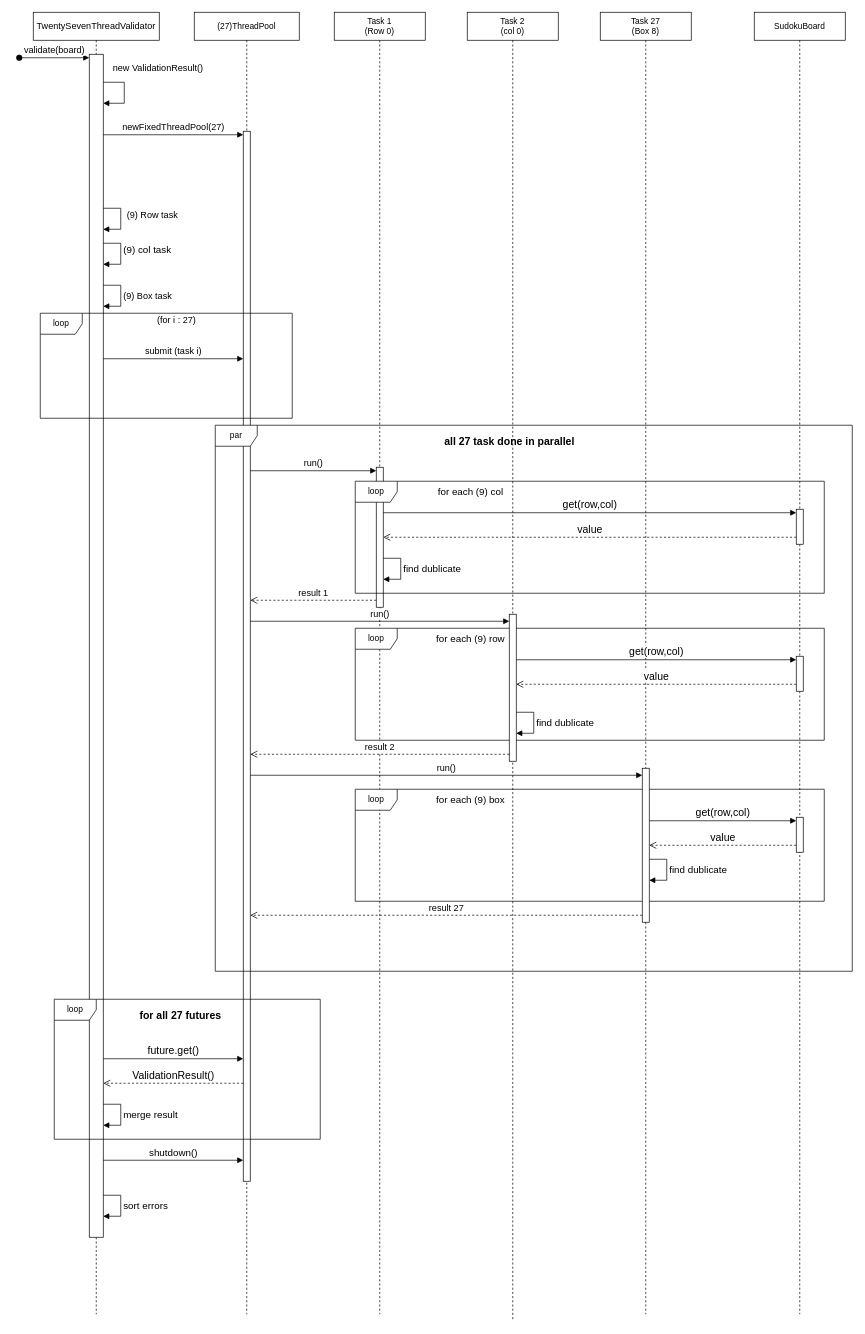
Smook-e/Prog_lab9 keeps this draw.io diagram as diagrams/mode27 sequence diagram.drawio. Above is the earlier version. Source tidied: cells renumbered, new cells numbered last; positions are measured from the earlier drawing's top-left corner, leaving out a move shared by most shapes. Both pictures are drawn from the tidied source at 70%, with x=0, y=0 at pixel (19, 12).
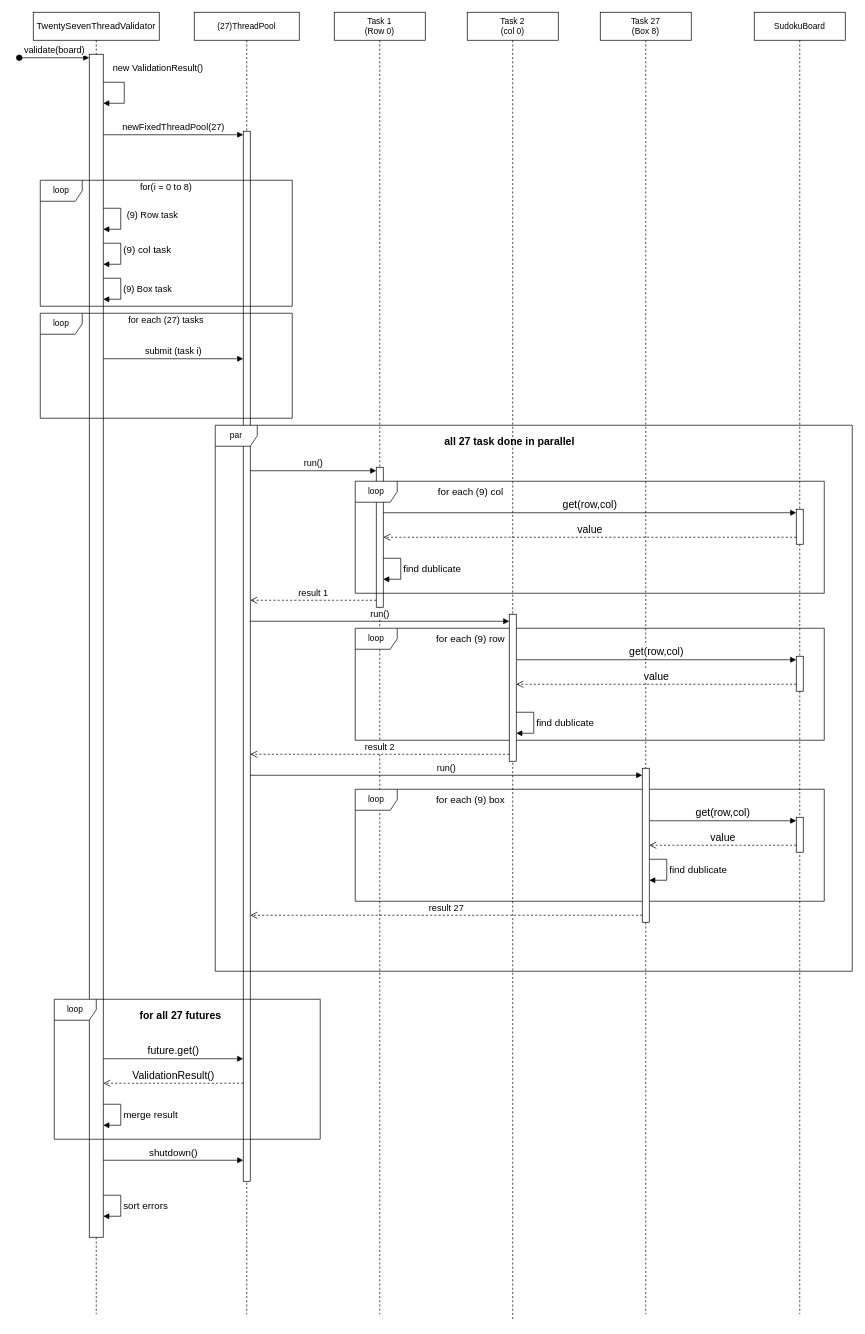
The same diagram, later.

The change refers to these unchanged cells:
```xml
<mxCell id="2" value="TwentySevenThreadValidator" style="shape=umlLifeline;perimeter=lifelinePerimeter;whiteSpace=wrap;html=1;newEdgeStyle={&quot;curved&quot;:0,&quot;rounded&quot;:0};fontSize=13;" parent="1" vertex="1">
  <mxGeometry x="20" width="180" height="1860" as="geometry" />
</mxCell>
```

What changed in the source:
```diff
@@
-    <mxCell id="8" value="(9) Box task" style="html=1;align=left;spacingLeft=2;endArrow=block;rounded=0;edgeStyle=orthogonalEdgeStyle;curved=0;rounded=0;fontSize=13;" parent="2" edge="1">
-      <mxGeometry relative="1" as="geometry">
-        <mxPoint x="100" y="390" as="sourcePoint" />
-        <mxPoint x="100" y="420" as="targetPoint" />
-        <Array as="points">
-          <mxPoint x="125" y="420" />
-        </Array>
-      </mxGeometry>
-    </mxCell>
@@
-    <mxCell id="24" value="(for i : 27&lt;span style=&quot;background-color: transparent; color: light-dark(rgb(0, 0, 0), rgb(255, 255, 255));&quot;&gt;)&lt;/span&gt;" style="text;html=1;whiteSpace=wrap;strokeColor=none;fillColor=none;align=center;verticalAlign=middle;rounded=0;fontSize=13;" parent="1" vertex="1">
-      <mxGeometry x="190" y="430" width="70" height="20" as="geometry" />
+    <mxCell id="24" value="for each (27) tasks" style="text;html=1;whiteSpace=wrap;strokeColor=none;fillColor=none;align=center;verticalAlign=middle;rounded=0;fontSize=13;" parent="1" vertex="1">
+      <mxGeometry x="150" y="430" width="120" height="20" as="geometry" />
     </mxCell>
@@
+    <mxCell id="55" value="loop" style="shape=umlFrame;whiteSpace=wrap;html=1;" parent="1" vertex="1">
+      <mxGeometry x="30" y="240" width="360" height="180" as="geometry" />
+    </mxCell>
+    <mxCell id="8" value="(9) Box task" style="html=1;align=left;spacingLeft=2;endArrow=block;rounded=0;edgeStyle=orthogonalEdgeStyle;curved=0;rounded=0;fontSize=13;" parent="1" edge="1">
+      <mxGeometry relative="1" as="geometry">
+        <mxPoint x="120" y="380" as="sourcePoint" />
+        <mxPoint x="120" y="410" as="targetPoint" />
+        <Array as="points">
+          <mxPoint x="145" y="410" />
+        </Array>
+      </mxGeometry>
+    </mxCell>
+    <mxCell id="56" value="for(i = 0 to 8)" style="text;html=1;whiteSpace=wrap;strokeColor=none;fillColor=none;align=center;verticalAlign=middle;rounded=0;fontSize=13;" parent="1" vertex="1">
+      <mxGeometry x="160" y="240" width="100" height="20" as="geometry" />
+    </mxCell>
```
